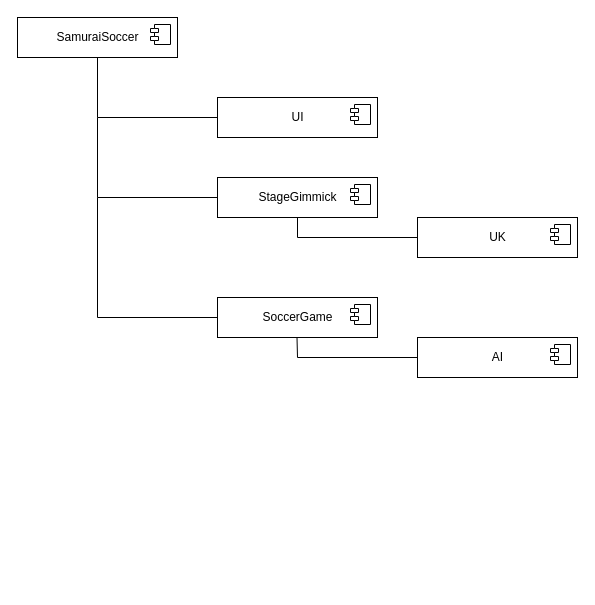
The draw.io diagram SamuraiSoccerStructure.drawio in watson70percent/SAMURAI-SOCCER, before the edit. Source tidied: cells renumbered, new cells numbered last; positions are measured from the earlier drawing's top-left corner, leaving out a move shared by most shapes. Both pictures are drawn from the tidied source at 100%, with x=0, y=0 at pixel (17, 17).
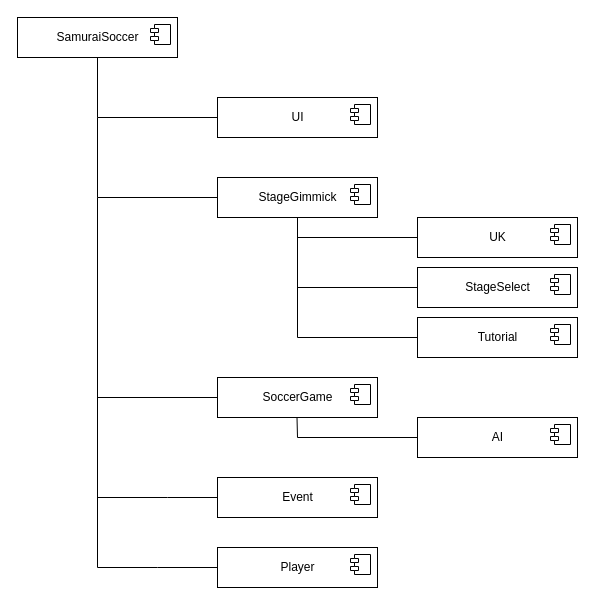
The same page after the edit.

Unchanged cells that the change refers to:
```xml
<mxCell id="8" value="StageGimmick" style="html=1;" parent="1" vertex="1">
  <mxGeometry x="200" y="160" width="160" height="40" as="geometry" />
</mxCell>
```

Diff of the diagram source:
```diff
@@
     <mxCell id="4" value="SoccerGame" style="html=1;" parent="1" vertex="1">
-      <mxGeometry x="200" y="280" width="160" height="40" as="geometry" />
+      <mxGeometry x="200" y="360" width="160" height="40" as="geometry" />
     </mxCell>
@@
     <mxCell id="10" value="AI" style="html=1;" parent="1" vertex="1">
-      <mxGeometry x="400" y="320" width="160" height="40" as="geometry" />
+      <mxGeometry x="400" y="400" width="160" height="40" as="geometry" />
     </mxCell>
@@
     <mxCell id="18" style="endArrow=none;html=1;rounded=0;" parent="1" edge="1">
       <mxGeometry relative="1" as="geometry">
-        <mxPoint x="80" y="300" as="sourcePoint" />
+        <mxPoint x="80" y="550" as="sourcePoint" />
         <mxPoint x="80" y="180" as="targetPoint" />
       </mxGeometry>
     </mxCell>
     <mxCell id="19" style="endArrow=none;html=1;rounded=0;entryX=0;entryY=0.5;entryDx=0;entryDy=0;" parent="1" edge="1" target="4">
       <mxGeometry relative="1" as="geometry">
-        <mxPoint x="80" y="300" as="sourcePoint" />
+        <mxPoint x="80" y="380" as="sourcePoint" />
       </mxGeometry>
     </mxCell>
     <mxCell id="20" style="endArrow=none;html=1;rounded=0;entryX=0.5;entryY=1;entryDx=0;entryDy=0;" parent="1" edge="1" target="8">
       <mxGeometry relative="1" as="geometry">
-        <mxPoint x="280" y="220" as="sourcePoint" />
+        <mxPoint x="280" y="320" as="sourcePoint" />
       </mxGeometry>
     </mxCell>
@@
     <mxCell id="22" style="endArrow=none;html=1;rounded=0;" parent="1" edge="1">
       <mxGeometry relative="1" as="geometry">
-        <mxPoint x="279.5" y="320" as="sourcePoint" />
-        <mxPoint x="280" y="340" as="targetPoint" />
+        <mxPoint x="279.5" y="400" as="sourcePoint" />
+        <mxPoint x="280" y="420" as="targetPoint" />
       </mxGeometry>
     </mxCell>
     <mxCell id="23" style="endArrow=none;html=1;rounded=0;entryX=0;entryY=0.5;entryDx=0;entryDy=0;" parent="1" edge="1" target="10">
       <mxGeometry relative="1" as="geometry">
-        <mxPoint x="280" y="340" as="sourcePoint" />
+        <mxPoint x="280" y="420" as="sourcePoint" />
       </mxGeometry>
     </mxCell>
+    <mxCell id="24" style="endArrow=none;html=1;rounded=0;entryX=0;entryY=0.5;entryDx=0;entryDy=0;" parent="1" edge="1" target="25">
+      <mxGeometry relative="1" as="geometry">
+        <mxPoint x="80" y="480" as="sourcePoint" />
+        <Array as="points">
+          <mxPoint x="150" y="480" />
+        </Array>
+      </mxGeometry>
+    </mxCell>
+    <mxCell id="25" value="Event" style="html=1;" parent="1" vertex="1">
+      <mxGeometry x="200" y="460" width="160" height="40" as="geometry" />
+    </mxCell>
+    <mxCell id="26" style="shape=module;jettyWidth=8;jettyHeight=4;" parent="25" vertex="1">
+      <mxGeometry x="1" width="20" height="20" relative="1" as="geometry">
+        <mxPoint x="-27" y="7" as="offset" />
+      </mxGeometry>
+    </mxCell>
+    <mxCell id="27" value="Player" style="html=1;" parent="1" vertex="1">
+      <mxGeometry x="200" y="530" width="160" height="40" as="geometry" />
+    </mxCell>
+    <mxCell id="28" style="shape=module;jettyWidth=8;jettyHeight=4;" parent="27" vertex="1">
+      <mxGeometry x="1" width="20" height="20" relative="1" as="geometry">
+        <mxPoint x="-27" y="7" as="offset" />
+      </mxGeometry>
+    </mxCell>
+    <mxCell id="29" style="endArrow=none;html=1;rounded=0;entryX=0;entryY=0.5;entryDx=0;entryDy=0;" parent="1" edge="1" target="27">
+      <mxGeometry relative="1" as="geometry">
+        <mxPoint x="80" y="550" as="sourcePoint" />
+        <Array as="points">
+          <mxPoint x="140" y="550" />
+        </Array>
+      </mxGeometry>
+    </mxCell>
+    <mxCell id="30" style="endArrow=none;html=1;rounded=0;entryX=0;entryY=0.5;entryDx=0;entryDy=0;" parent="1" edge="1" target="31">
+      <mxGeometry relative="1" as="geometry">
+        <mxPoint x="280" y="270" as="sourcePoint" />
+      </mxGeometry>
+    </mxCell>
+    <mxCell id="31" value="StageSelect" style="html=1;" parent="1" vertex="1">
+      <mxGeometry x="400" y="250" width="160" height="40" as="geometry" />
+    </mxCell>
+    <mxCell id="32" style="shape=module;jettyWidth=8;jettyHeight=4;" parent="31" vertex="1">
+      <mxGeometry x="1" width="20" height="20" relative="1" as="geometry">
+        <mxPoint x="-27" y="7" as="offset" />
+      </mxGeometry>
+    </mxCell>
+    <mxCell id="33" style="endArrow=none;html=1;rounded=0;entryX=0;entryY=0.5;entryDx=0;entryDy=0;" parent="1" edge="1" target="34">
+      <mxGeometry relative="1" as="geometry">
+        <mxPoint x="280" y="320" as="sourcePoint" />
+      </mxGeometry>
+    </mxCell>
+    <mxCell id="34" value="Tutorial" style="html=1;" parent="1" vertex="1">
+      <mxGeometry x="400" y="300" width="160" height="40" as="geometry" />
+    </mxCell>
+    <mxCell id="35" style="shape=module;jettyWidth=8;jettyHeight=4;" parent="34" vertex="1">
+      <mxGeometry x="1" width="20" height="20" relative="1" as="geometry">
+        <mxPoint x="-27" y="7" as="offset" />
+      </mxGeometry>
+    </mxCell>
```
